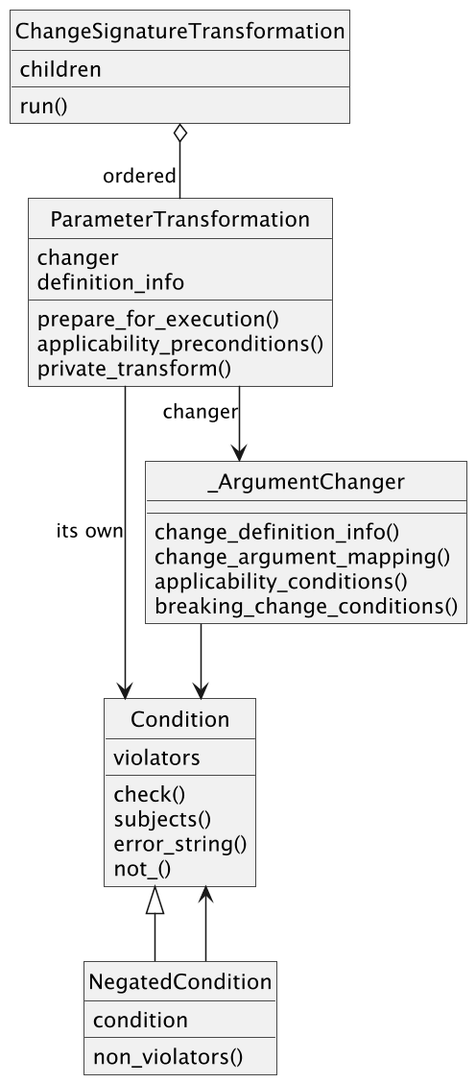
The PlantUML diagram docs/figures/rope-conditions.png in balsa-sarenac/rope, before a commit.
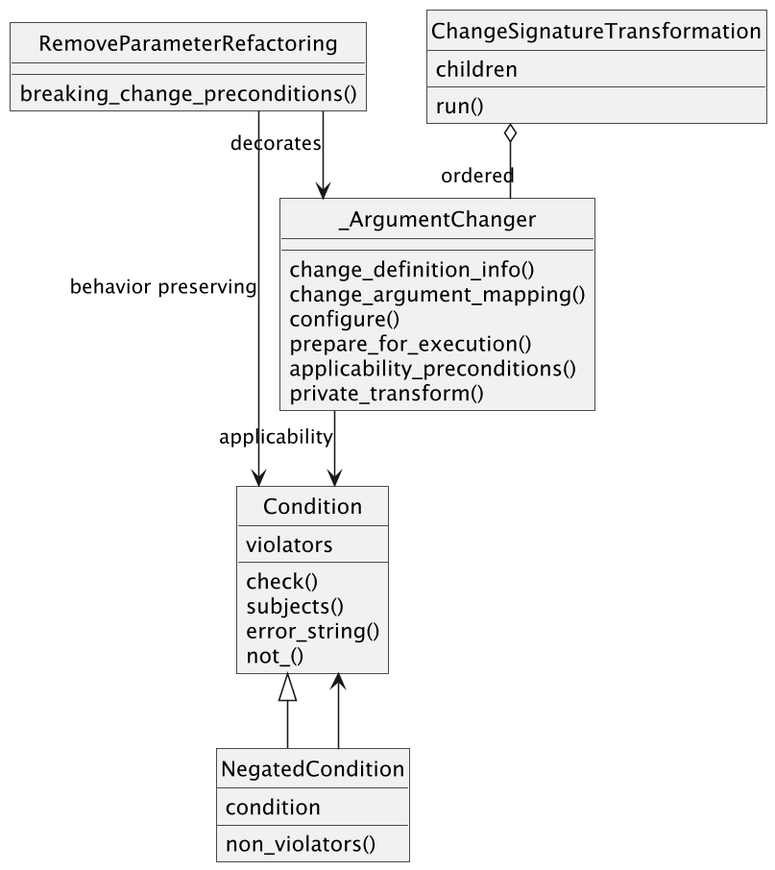
After the change.

Commit message:
refactor: compose rope's argument changers as the transformations

What changed in the source:
```diff
@@ -28,16 +28,14 @@
 class _ArgumentChanger {
     change_definition_info()
     change_argument_mapping()
-    applicability_conditions()
-    breaking_change_conditions()
-}
-
-class ParameterTransformation {
-    changer
-    definition_info
+    configure()
     prepare_for_execution()
     applicability_preconditions()
     private_transform()
+}
+
+class RemoveParameterRefactoring {
+    breaking_change_preconditions()
 }
 
 class ChangeSignatureTransformation {
@@ -48,9 +46,9 @@
 Condition <|-- NegatedCondition
 NegatedCondition --> Condition
 
-_ArgumentChanger --> Condition
-ParameterTransformation --> _ArgumentChanger : changer
-ParameterTransformation --> Condition : its own
-ChangeSignatureTransformation o-- "ordered" ParameterTransformation
+_ArgumentChanger --> Condition : applicability
+RemoveParameterRefactoring --> _ArgumentChanger : decorates
+RemoveParameterRefactoring --> Condition : behavior preserving
+ChangeSignatureTransformation o-- "ordered" _ArgumentChanger
 
 @enduml
```
